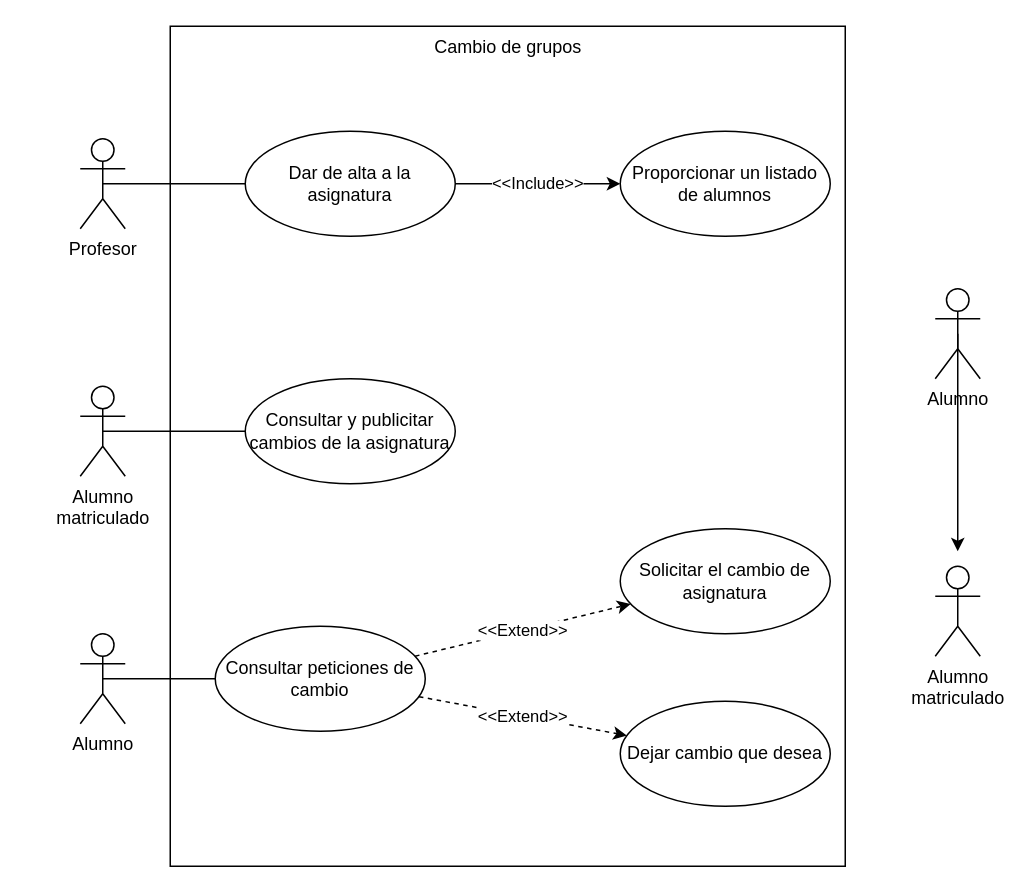
The draw.io diagram Entorno de desarrollo/UML/Cambio-grupos-para-asignaturas.drawio in JavierCamposCuesta/repoJavierCampos, before the edit. Source tidied: cells renumbered, new cells numbered last; positions are measured from the earlier drawing's top-left corner, leaving out a move shared by most shapes. Both pictures are drawn from the tidied source at 150%, with x=0, y=0 at pixel (80, 26).
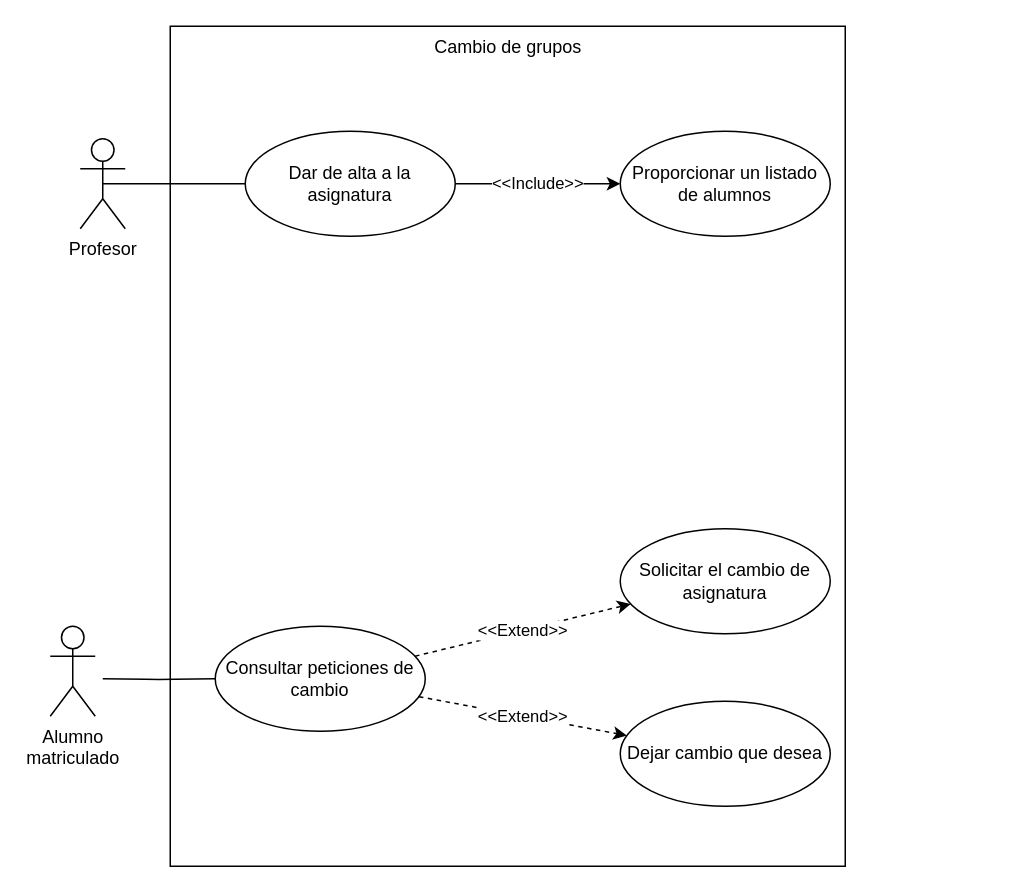
The same page after the edit.

Unchanged cells that the change refers to:
```xml
<mxCell id="9" value="Consultar peticiones de cambio" style="ellipse;whiteSpace=wrap;html=1;fillColor=none;gradientColor=none;" parent="1" vertex="1">
  <mxGeometry x="90" y="400" width="140" height="70" as="geometry" />
</mxCell>
```

The edit, as a diff of the source:
```diff
@@
-    <mxCell id="4" value="Alumno" style="shape=umlActor;verticalLabelPosition=bottom;verticalAlign=top;html=1;fillColor=none;gradientColor=none;" parent="1" vertex="1">
-      <mxGeometry y="405" width="30" height="60" as="geometry" />
-    </mxCell>
@@
     <mxCell id="14" value="&lt;div&gt;Alumno&lt;/div&gt;&lt;div&gt; matriculado&lt;/div&gt;" style="shape=umlActor;verticalLabelPosition=bottom;verticalAlign=top;html=1;fillColor=none;gradientColor=none;" parent="1" vertex="1">
-      <mxGeometry y="240" width="30" height="60" as="geometry" />
+      <mxGeometry x="-20" y="400" width="30" height="60" as="geometry" />
     </mxCell>
-    <mxCell id="15" value="Consultar y publicitar cambios de la asignatura" style="ellipse;whiteSpace=wrap;html=1;fillColor=none;gradientColor=none;" parent="1" vertex="1">
-      <mxGeometry x="110" y="235" width="140" height="70" as="geometry" />
-    </mxCell>
-    <mxCell id="16" style="endArrow=none;html=1;edgeStyle=orthogonalEdgeStyle;exitX=0.5;exitY=0.5;exitDx=0;exitDy=0;exitPerimeter=0;" parent="1" edge="1" source="14" target="15">
-      <mxGeometry relative="1" as="geometry" />
-    </mxCell>
-    <mxCell id="17" style="endArrow=none;html=1;edgeStyle=orthogonalEdgeStyle;exitX=0.5;exitY=0.5;exitDx=0;exitDy=0;exitPerimeter=0;" parent="1" edge="1" source="4" target="9">
-      <mxGeometry relative="1" as="geometry" />
+    <mxCell id="17" style="endArrow=none;html=1;edgeStyle=orthogonalEdgeStyle;exitX=0.5;exitY=0.5;exitDx=0;exitDy=0;exitPerimeter=0;" parent="1" edge="1" target="9">
+      <mxGeometry relative="1" as="geometry">
+        <mxPoint x="15" y="435" as="sourcePoint" />
+      </mxGeometry>
     </mxCell>
-    <mxCell id="18" style="edgeStyle=none;rounded=0;jettySize=auto;html=1;exitX=0.5;exitY=0.5;exitDx=0;exitDy=0;exitPerimeter=0;" parent="1" edge="1" source="19">
-      <mxGeometry relative="1" as="geometry">
-        <mxPoint x="585" y="350" as="targetPoint" />
-      </mxGeometry>
-    </mxCell>
-    <mxCell id="19" value="Alumno" style="shape=umlActor;verticalLabelPosition=bottom;verticalAlign=top;html=1;fillColor=none;gradientColor=none;" parent="1" vertex="1">
-      <mxGeometry x="570" y="175" width="30" height="60" as="geometry" />
-    </mxCell>
-    <mxCell id="20" value="&lt;div&gt;Alumno&lt;/div&gt;&lt;div&gt; matriculado&lt;/div&gt;" style="shape=umlActor;verticalLabelPosition=bottom;verticalAlign=top;html=1;fillColor=none;gradientColor=none;" parent="1" vertex="1">
-      <mxGeometry x="570" y="360" width="30" height="60" as="geometry" />
-    </mxCell>
```
